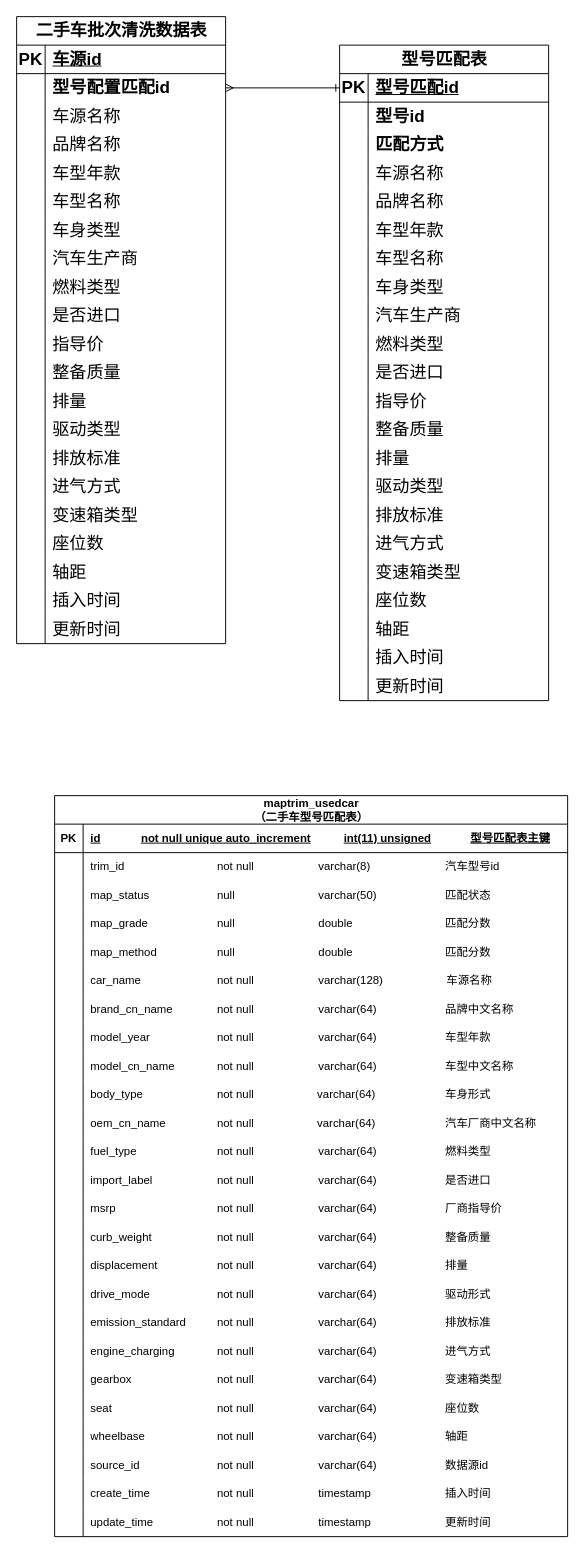
wangzijia122/drawio_repository keeps this draw.io diagram as page "数据模型" (2 of 3) of 型号匹配流程优化.drawio. Above is the earlier version. Source tidied: cells renumbered, new cells numbered last; positions are measured from the earlier drawing's top-left corner, leaving out a move shared by most shapes. Both pictures are drawn from the tidied source at 95%, with x=0, y=0 at pixel (16, 16).
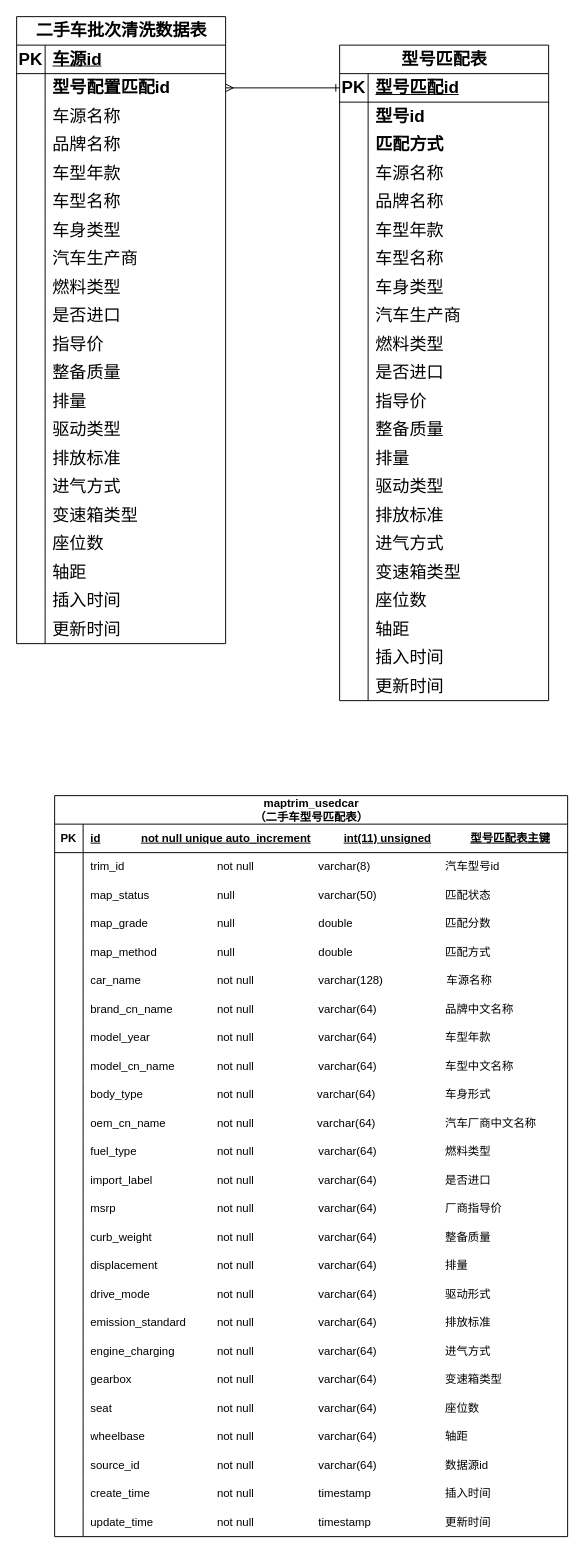
The same page after the edit.

Commit message (it also covers changes not shown here):
更新型号匹配流程优化.drawio

Unchanged cells that the change refers to:
```xml
<mxCell id="147" style="shape=tableRow;horizontal=0;startSize=0;swimlaneHead=0;swimlaneBody=0;fillColor=none;top=0;left=0;right=0;bottom=0;" parent="134" vertex="1">
  <mxGeometry y="150" width="540" height="30" as="geometry" />
</mxCell>
```

What changed in the source:
```diff
@@
-    <mxCell id="149" value="map_method&lt;span style=&quot;white-space: pre;&quot;&gt;&#9;&lt;/span&gt;&lt;span style=&quot;white-space: pre;&quot;&gt;&#9;&lt;/span&gt;&lt;span style=&quot;white-space: pre;&quot;&gt;&#9;&lt;/span&gt;null&lt;span style=&quot;white-space: pre;&quot;&gt;&#9;&lt;/span&gt;&lt;span style=&quot;white-space: pre;&quot;&gt;&#9;&lt;/span&gt;&lt;span style=&quot;white-space: pre;&quot;&gt;&#9;&lt;/span&gt;&lt;span style=&quot;white-space: pre;&quot;&gt;&#9;&lt;/span&gt;double&lt;span style=&quot;&quot;&gt;&lt;span style=&quot;&quot;&gt;&amp;nbsp;&amp;nbsp;&amp;nbsp;&amp;nbsp;&lt;/span&gt;&lt;/span&gt;&lt;span style=&quot;&quot;&gt;&lt;span style=&quot;&quot;&gt;&amp;nbsp;&amp;nbsp;&amp;nbsp;&amp;nbsp;&lt;/span&gt;&lt;/span&gt;&lt;span style=&quot;&quot;&gt;&lt;span style=&quot;&quot;&gt;&amp;nbsp;&amp;nbsp;&amp;nbsp;&amp;nbsp;&lt;/span&gt;&lt;/span&gt;&lt;span style=&quot;&quot;&gt;&lt;span style=&quot;&quot;&gt;&amp;nbsp;&amp;nbsp;&amp;nbsp;&amp;nbsp;&lt;span style=&quot;white-space: pre;&quot;&gt;&#9;&lt;/span&gt;&lt;span style=&quot;white-space: pre;&quot;&gt;&#9;&lt;/span&gt;&lt;/span&gt;&lt;/span&gt;匹配分数" style="shape=partialRectangle;fillColor=none;top=0;left=0;bottom=0;right=0;align=left;spacingLeft=6;overflow=hidden;whiteSpace=wrap;html=1;" parent="147" vertex="1">
+    <mxCell id="149" value="map_method&lt;span style=&quot;white-space: pre;&quot;&gt;&#9;&lt;/span&gt;&lt;span style=&quot;white-space: pre;&quot;&gt;&#9;&lt;/span&gt;&lt;span style=&quot;white-space: pre;&quot;&gt;&#9;&lt;/span&gt;null&lt;span style=&quot;white-space: pre;&quot;&gt;&#9;&lt;/span&gt;&lt;span style=&quot;white-space: pre;&quot;&gt;&#9;&lt;/span&gt;&lt;span style=&quot;white-space: pre;&quot;&gt;&#9;&lt;/span&gt;&lt;span style=&quot;white-space: pre;&quot;&gt;&#9;&lt;/span&gt;double&lt;span style=&quot;&quot;&gt;&lt;span style=&quot;&quot;&gt;&amp;nbsp;&amp;nbsp;&amp;nbsp;&amp;nbsp;&lt;/span&gt;&lt;/span&gt;&lt;span style=&quot;&quot;&gt;&lt;span style=&quot;&quot;&gt;&amp;nbsp;&amp;nbsp;&amp;nbsp;&amp;nbsp;&lt;/span&gt;&lt;/span&gt;&lt;span style=&quot;&quot;&gt;&lt;span style=&quot;&quot;&gt;&amp;nbsp;&amp;nbsp;&amp;nbsp;&amp;nbsp;&lt;/span&gt;&lt;/span&gt;&lt;span style=&quot;&quot;&gt;&lt;span style=&quot;&quot;&gt;&amp;nbsp;&amp;nbsp;&amp;nbsp;&amp;nbsp;&lt;span style=&quot;white-space: pre;&quot;&gt;&#9;&lt;/span&gt;&lt;span style=&quot;white-space: pre;&quot;&gt;&#9;&lt;/span&gt;&lt;/span&gt;&lt;/span&gt;匹配方式" style="shape=partialRectangle;fillColor=none;top=0;left=0;bottom=0;right=0;align=left;spacingLeft=6;overflow=hidden;whiteSpace=wrap;html=1;" parent="147" vertex="1">
       <mxGeometry x="30" width="510" height="30" as="geometry" />
     </mxCell>
```
